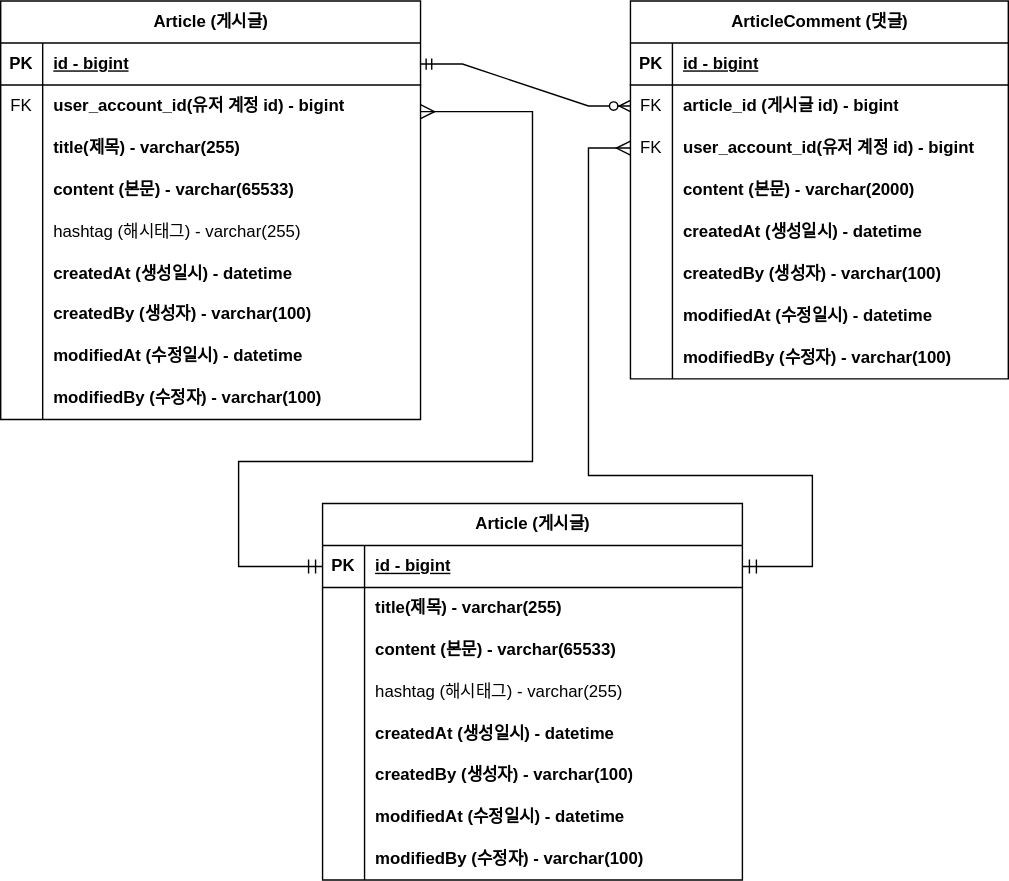
The draw.io diagram document/project-board-erd.svg in JEONHYUNTAK/fastcampus-project-board, before a commit. Source tidied: cells renumbered, new cells last; positions are measured from the earlier drawing's top-left corner, leaving out a move shared by most shapes.
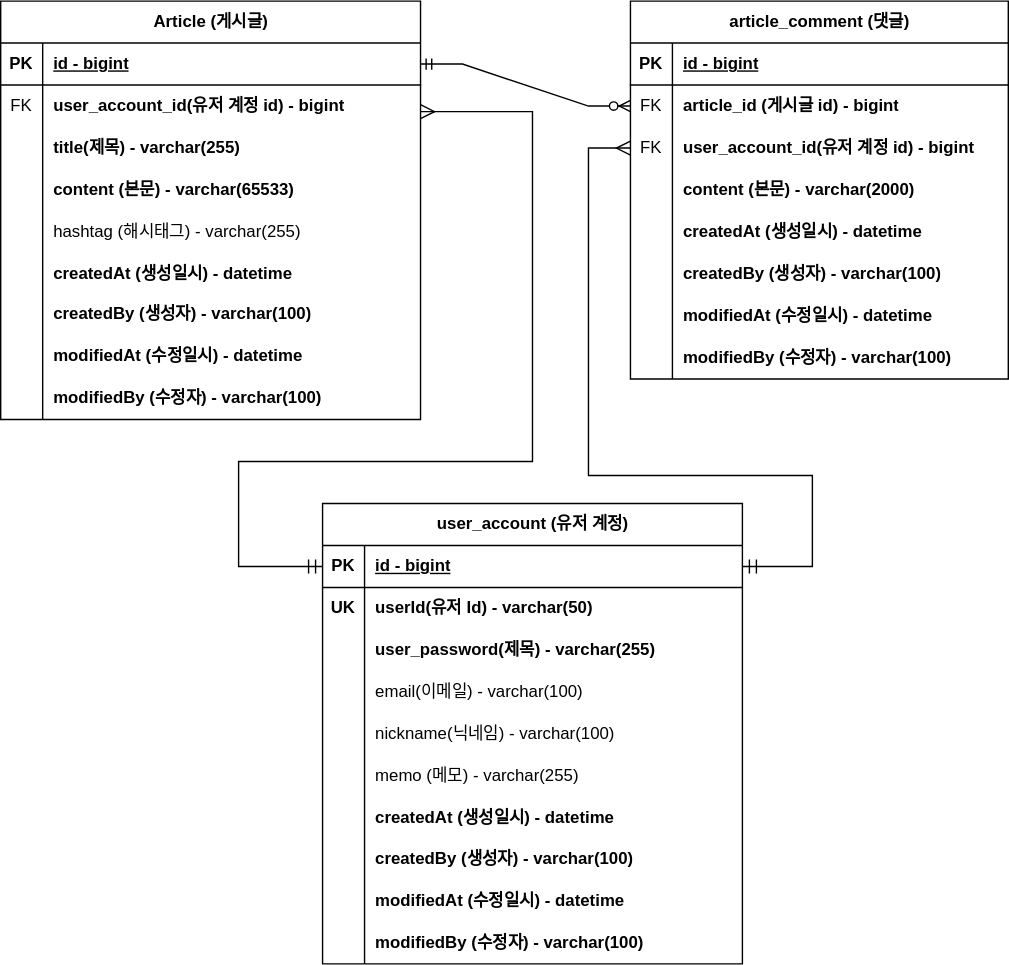
After the commit.

Change to the diagram source:
```diff
@@ -86,7 +86,7 @@
     <mxCell id="29" value="modifiedBy (수정자) - varchar(100)" style="shape=partialRectangle;fillColor=none;top=0;left=0;bottom=0;right=0;align=left;spacingLeft=6;overflow=hidden;whiteSpace=wrap;html=1;fontStyle=1;" parent="27" vertex="1">
       <mxGeometry x="30" width="270" height="30" as="geometry" />
     </mxCell>
-    <mxCell id="30" value="ArticleComment (댓글)" style="shape=table;startSize=30;rowLines=0;fontStyle=1;align=center;html=1;" parent="1" vertex="1">
+    <mxCell id="30" value="article_comment (댓글)" style="shape=table;startSize=30;rowLines=0;fontStyle=1;align=center;html=1;" parent="1" vertex="1">
       <mxGeometry x="450" width="270" height="270" as="geometry" />
     </mxCell>
     <mxCell id="31" style="shape=tableRow;horizontal=0;startSize=0;swimlaneHead=0;swimlaneBody=0;fillColor=none;top=0;left=0;right=0;bottom=1;" parent="30" vertex="1">
@@ -168,8 +168,8 @@
         </Array>
       </mxGeometry>
     </mxCell>
-    <mxCell id="56" value="Article (게시글)" style="shape=table;startSize=30;rowLines=0;fontStyle=1;align=center;html=1;" parent="1" vertex="1">
-      <mxGeometry x="230" y="359" width="300" height="269" as="geometry" />
+    <mxCell id="56" value="user_account (유저 계정)" style="shape=table;startSize=30;rowLines=0;fontStyle=1;align=center;html=1;" parent="1" vertex="1">
+      <mxGeometry x="230" y="359" width="300" height="329" as="geometry" />
     </mxCell>
     <mxCell id="57" style="shape=tableRow;horizontal=0;startSize=0;swimlaneHead=0;swimlaneBody=0;fillColor=none;points=[[0,0.5],[1,0.5]];portConstraint=eastwest;top=0;left=0;right=0;bottom=1;fontStyle=1;" parent="56" vertex="1">
       <mxGeometry y="30" width="300" height="30" as="geometry" />
@@ -180,35 +180,53 @@
     <mxCell id="59" value="id - bigint" style="shape=partialRectangle;fillColor=none;top=0;left=0;bottom=0;right=0;align=left;spacingLeft=6;fontStyle=5;overflow=hidden;whiteSpace=wrap;html=1;" parent="57" vertex="1">
       <mxGeometry x="30" width="270" height="30" as="geometry" />
     </mxCell>
+    <mxCell id="83" style="shape=tableRow;horizontal=0;startSize=0;swimlaneHead=0;swimlaneBody=0;fillColor=none;top=0;left=0;right=0;bottom=0;fontStyle=1;" parent="56" vertex="1">
+      <mxGeometry y="60" width="300" height="30" as="geometry" />
+    </mxCell>
+    <mxCell id="84" value="UK" style="shape=partialRectangle;fillColor=none;top=0;left=0;bottom=0;right=0;overflow=hidden;whiteSpace=wrap;html=1;fontStyle=1;" parent="83" vertex="1">
+      <mxGeometry width="30" height="30" as="geometry" />
+    </mxCell>
+    <mxCell id="85" value="userId(유저 Id) - varchar(50)" style="shape=partialRectangle;fillColor=none;top=0;left=0;bottom=0;right=0;align=left;spacingLeft=6;overflow=hidden;whiteSpace=wrap;html=1;fontStyle=1;" parent="83" vertex="1">
+      <mxGeometry x="30" width="270" height="30" as="geometry" />
+    </mxCell>
+    <mxCell id="86" style="shape=tableRow;horizontal=0;startSize=0;swimlaneHead=0;swimlaneBody=0;fillColor=none;top=0;left=0;right=0;bottom=0;fontStyle=1;" parent="56" vertex="1">
+      <mxGeometry y="90" width="300" height="30" as="geometry" />
+    </mxCell>
+    <mxCell id="87" style="shape=partialRectangle;fillColor=none;top=0;left=0;bottom=0;right=0;overflow=hidden;whiteSpace=wrap;html=1;fontStyle=1;" parent="86" vertex="1">
+      <mxGeometry width="30" height="30" as="geometry" />
+    </mxCell>
+    <mxCell id="88" value="user_password(제목) - varchar(255)" style="shape=partialRectangle;fillColor=none;top=0;left=0;bottom=0;right=0;align=left;spacingLeft=6;overflow=hidden;whiteSpace=wrap;html=1;fontStyle=1;" parent="86" vertex="1">
+      <mxGeometry x="30" width="270" height="30" as="geometry" />
+    </mxCell>
     <mxCell id="60" style="shape=tableRow;horizontal=0;startSize=0;swimlaneHead=0;swimlaneBody=0;fillColor=none;top=0;left=0;right=0;bottom=0;fontStyle=1;" parent="56" vertex="1">
-      <mxGeometry y="60" width="300" height="30" as="geometry" />
+      <mxGeometry y="120" width="300" height="30" as="geometry" />
     </mxCell>
     <mxCell id="61" style="shape=partialRectangle;fillColor=none;top=0;left=0;bottom=0;right=0;overflow=hidden;whiteSpace=wrap;html=1;fontStyle=1;" parent="60" vertex="1">
       <mxGeometry width="30" height="30" as="geometry" />
     </mxCell>
-    <mxCell id="62" value="title(제목) - varchar(255)" style="shape=partialRectangle;fillColor=none;top=0;left=0;bottom=0;right=0;align=left;spacingLeft=6;overflow=hidden;whiteSpace=wrap;html=1;fontStyle=1;" parent="60" vertex="1">
+    <mxCell id="62" value="&lt;span style=&quot;font-weight: normal;&quot;&gt;email(이메일) - varchar(100)&lt;/span&gt;" style="shape=partialRectangle;fillColor=none;top=0;left=0;bottom=0;right=0;align=left;spacingLeft=6;overflow=hidden;whiteSpace=wrap;html=1;fontStyle=1;" parent="60" vertex="1">
       <mxGeometry x="30" width="270" height="30" as="geometry" />
     </mxCell>
     <mxCell id="63" style="shape=tableRow;horizontal=0;startSize=0;swimlaneHead=0;swimlaneBody=0;fillColor=none;top=0;left=0;right=0;bottom=0;fontStyle=1;" parent="56" vertex="1">
-      <mxGeometry y="90" width="300" height="30" as="geometry" />
+      <mxGeometry y="150" width="300" height="30" as="geometry" />
     </mxCell>
     <mxCell id="64" style="shape=partialRectangle;fillColor=none;top=0;left=0;bottom=0;right=0;overflow=hidden;whiteSpace=wrap;html=1;fontStyle=1;" parent="63" vertex="1">
       <mxGeometry width="30" height="30" as="geometry" />
     </mxCell>
-    <mxCell id="65" value="content (본문) - varchar(65533)" style="shape=partialRectangle;fillColor=none;top=0;left=0;bottom=0;right=0;align=left;spacingLeft=6;overflow=hidden;whiteSpace=wrap;html=1;fontStyle=1;" parent="63" vertex="1">
+    <mxCell id="65" value="&lt;span style=&quot;font-weight: normal;&quot;&gt;nickname(닉네임) - varchar(100)&lt;/span&gt;" style="shape=partialRectangle;fillColor=none;top=0;left=0;bottom=0;right=0;align=left;spacingLeft=6;overflow=hidden;whiteSpace=wrap;html=1;fontStyle=1;" parent="63" vertex="1">
       <mxGeometry x="30" width="270" height="30" as="geometry" />
     </mxCell>
     <mxCell id="66" style="shape=tableRow;horizontal=0;startSize=0;swimlaneHead=0;swimlaneBody=0;fillColor=none;top=0;left=0;right=0;bottom=0;fontStyle=1;" parent="56" vertex="1">
-      <mxGeometry y="120" width="300" height="30" as="geometry" />
+      <mxGeometry y="180" width="300" height="30" as="geometry" />
     </mxCell>
     <mxCell id="67" style="shape=partialRectangle;fillColor=none;top=0;left=0;bottom=0;right=0;overflow=hidden;whiteSpace=wrap;html=1;fontStyle=1;" parent="66" vertex="1">
       <mxGeometry width="30" height="30" as="geometry" />
     </mxCell>
-    <mxCell id="68" value="hashtag (해시태그) - varchar(255)" style="shape=partialRectangle;fillColor=none;top=0;left=0;bottom=0;right=0;align=left;spacingLeft=6;overflow=hidden;whiteSpace=wrap;html=1;fontStyle=0;" parent="66" vertex="1">
+    <mxCell id="68" value="memo (메모) - varchar(255)" style="shape=partialRectangle;fillColor=none;top=0;left=0;bottom=0;right=0;align=left;spacingLeft=6;overflow=hidden;whiteSpace=wrap;html=1;fontStyle=0;" parent="66" vertex="1">
       <mxGeometry x="30" width="270" height="30" as="geometry" />
     </mxCell>
     <mxCell id="69" style="shape=tableRow;horizontal=0;startSize=0;swimlaneHead=0;swimlaneBody=0;fillColor=none;top=0;left=0;right=0;bottom=0;fontStyle=1;" parent="56" vertex="1">
-      <mxGeometry y="150" width="300" height="29" as="geometry" />
+      <mxGeometry y="210" width="300" height="29" as="geometry" />
     </mxCell>
     <mxCell id="70" style="shape=partialRectangle;fillColor=none;top=0;left=0;bottom=0;right=0;overflow=hidden;whiteSpace=wrap;html=1;fontStyle=1;" parent="69" vertex="1">
       <mxGeometry width="30" height="29" as="geometry" />
@@ -217,7 +235,7 @@
       <mxGeometry x="30" width="270" height="29" as="geometry" />
     </mxCell>
     <mxCell id="72" style="shape=tableRow;horizontal=0;startSize=0;swimlaneHead=0;swimlaneBody=0;fillColor=none;top=0;left=0;right=0;bottom=0;fontStyle=1;" parent="56" vertex="1">
-      <mxGeometry y="179" width="300" height="30" as="geometry" />
+      <mxGeometry y="239" width="300" height="30" as="geometry" />
     </mxCell>
     <mxCell id="73" style="shape=partialRectangle;fillColor=none;top=0;left=0;bottom=0;right=0;overflow=hidden;whiteSpace=wrap;html=1;fontStyle=1;" parent="72" vertex="1">
       <mxGeometry width="30" height="30" as="geometry" />
@@ -226,7 +244,7 @@
       <mxGeometry x="30" width="270" height="30" as="geometry" />
     </mxCell>
     <mxCell id="75" style="shape=tableRow;horizontal=0;startSize=0;swimlaneHead=0;swimlaneBody=0;fillColor=none;top=0;left=0;right=0;bottom=0;fontStyle=1;" parent="56" vertex="1">
-      <mxGeometry y="209" width="300" height="30" as="geometry" />
+      <mxGeometry y="269" width="300" height="30" as="geometry" />
     </mxCell>
     <mxCell id="76" style="shape=partialRectangle;fillColor=none;top=0;left=0;bottom=0;right=0;overflow=hidden;whiteSpace=wrap;html=1;fontStyle=1;" parent="75" vertex="1">
       <mxGeometry width="30" height="30" as="geometry" />
@@ -235,7 +253,7 @@
       <mxGeometry x="30" width="270" height="30" as="geometry" />
     </mxCell>
     <mxCell id="78" style="shape=tableRow;horizontal=0;startSize=0;swimlaneHead=0;swimlaneBody=0;fillColor=none;top=0;left=0;right=0;bottom=0;fontStyle=1;" parent="56" vertex="1">
-      <mxGeometry y="239" width="300" height="30" as="geometry" />
+      <mxGeometry y="299" width="300" height="30" as="geometry" />
     </mxCell>
     <mxCell id="79" style="shape=partialRectangle;fillColor=none;top=0;left=0;bottom=0;right=0;overflow=hidden;whiteSpace=wrap;html=1;fontStyle=1;" parent="78" vertex="1">
       <mxGeometry width="30" height="30" as="geometry" />
```
